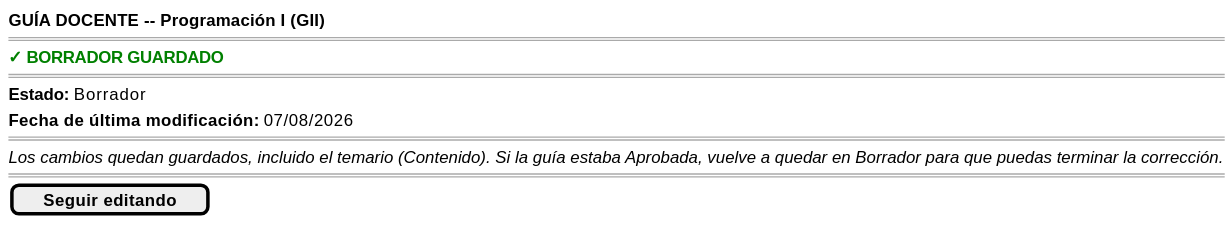
This is images/RUP/01-requisitos/03-detalle-casos-uso/guardarBorradorGuia/wireframe.svg from mmasias/pyCeldaPublico, a PlantUML export, as it was before one commit. Source of this version:
```plantuml
@startsalt guardarBorradorGuia-wireframe
{
    <b>GUÍA DOCENTE -- Programación I (GII)</b>
    ====
    <color:green><b>✓ BORRADOR GUARDADO</b></color>
    ====
    <b>Estado:</b> Borrador
    <b>Fecha de última modificación:</b> 07/08/2026
    ====
    <i>Los cambios quedan guardados, incluido el temario (Contenido). Si la guía estaba Aprobada, vuelve a quedar en Borrador para que puedas terminar la corrección.</i>
    ====
    [ <b>Seguir editando</b> ]
}
@endsalt
```
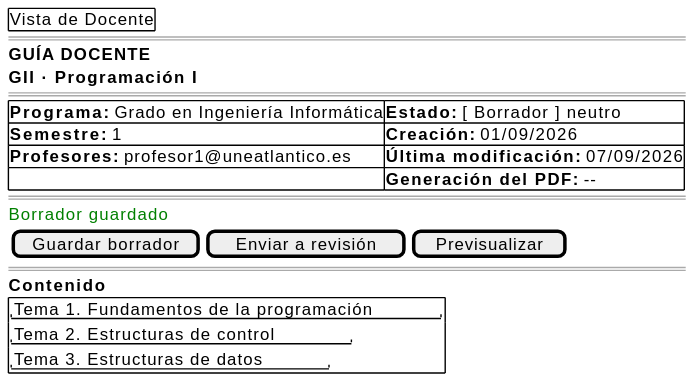
Above is the later version.

Diff of the diagram source:
```diff
@@ -1,14 +1,25 @@
 @startsalt guardarBorradorGuia-wireframe
 {
-    <b>GUÍA DOCENTE -- Programación I (GII)</b>
+    {+ Vista de Docente }
     ====
-    <color:green><b>✓ BORRADOR GUARDADO</b></color>
+    <b>GUÍA DOCENTE</b>
+    <b>GII · Programación I</b>
     ====
-    <b>Estado:</b> Borrador
-    <b>Fecha de última modificación:</b> 07/08/2026
+    {#
+        <b>Programa:</b> Grado en Ingeniería Informática | <b>Estado:</b> [ Borrador ] neutro
+        <b>Semestre:</b> 1 | <b>Creación:</b> 01/09/2026
+        <b>Profesores:</b> profesor1@uneatlantico.es | <b>Última modificación:</b> 07/09/2026
+         . | <b>Generación del PDF:</b> --
+    }
     ====
-    <i>Los cambios quedan guardados, incluido el temario (Contenido). Si la guía estaba Aprobada, vuelve a quedar en Borrador para que puedas terminar la corrección.</i>
+    <color:green>Borrador guardado</color>
+    {[Guardar borrador] | [Enviar a revisión] | [Previsualizar]}
     ====
-    [ <b>Seguir editando</b> ]
+    <b>Contenido</b>
+    {+
+        "Tema 1. Fundamentos de la programación"
+        "Tema 2. Estructuras de control"
+        "Tema 3. Estructuras de datos"
+    }
 }
 @endsalt
```
